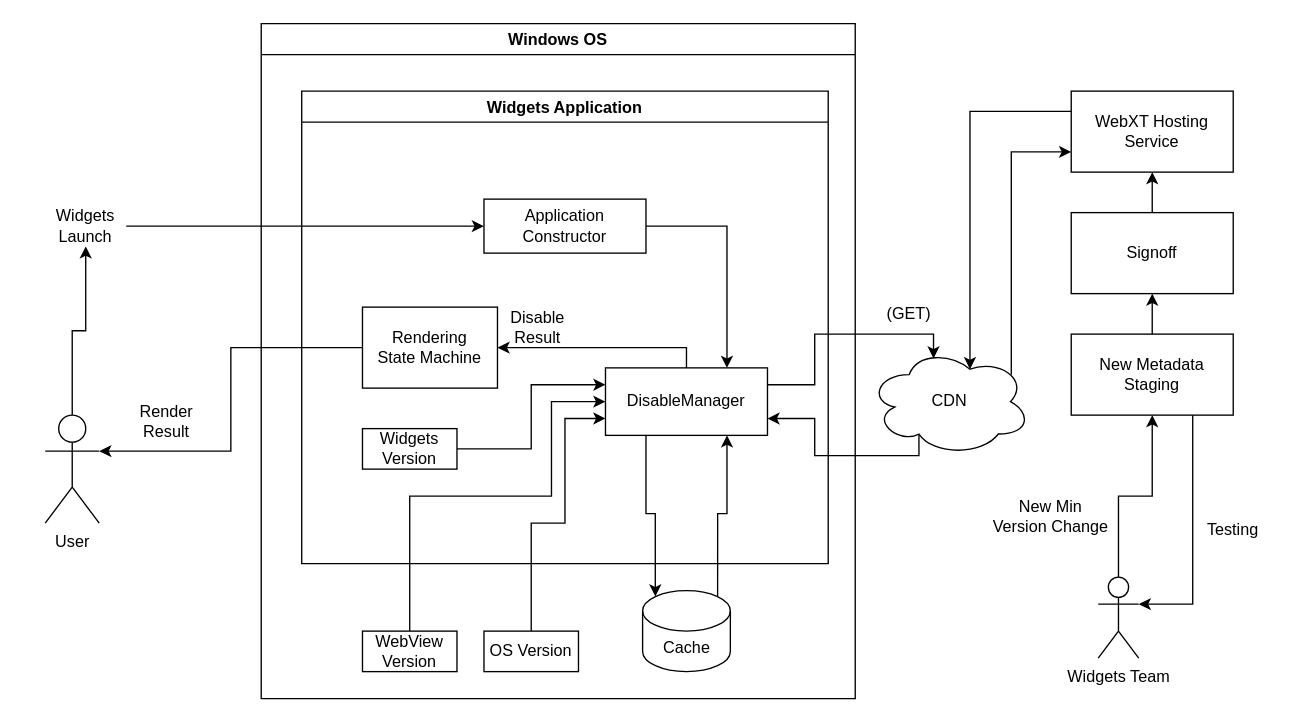
Above: tempdisable.drawio in bcso/designs (draw.io), before the change. Source tidied: cells renumbered, new cells numbered last; positions are measured from the earlier drawing's top-left corner, leaving out a move shared by most shapes. Both pictures are drawn from the tidied source at 135%, with x=0, y=0 at pixel (45, 23).
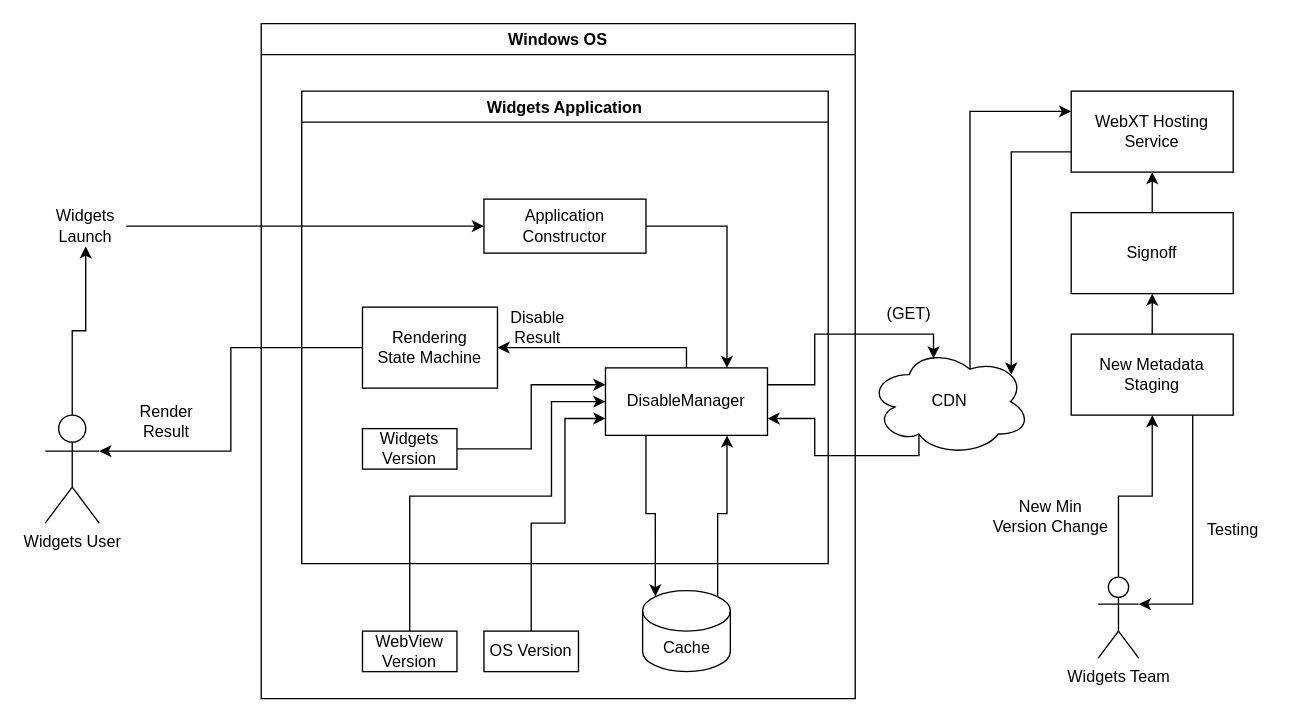
Above is the later version.

The change refers to these unchanged cells:
```xml
<mxCell id="6" value="CDN" style="ellipse;shape=cloud;whiteSpace=wrap;html=1;" parent="1" vertex="1">
  <mxGeometry x="610" y="240" width="120" height="80" as="geometry" />
</mxCell>
<mxCell id="16" value="WebXT Hosting Service" style="rounded=0;whiteSpace=wrap;html=1;" parent="1" vertex="1">
  <mxGeometry x="760" y="50" width="120" height="60" as="geometry" />
</mxCell>
```

Diff of the diagram source:
```diff
@@
-    <mxCell id="3" value="User" style="shape=umlActor;verticalLabelPosition=bottom;verticalAlign=top;html=1;outlineConnect=0;" parent="1" vertex="1">
+    <mxCell id="3" value="Widgets User" style="shape=umlActor;verticalLabelPosition=bottom;verticalAlign=top;html=1;outlineConnect=0;comic=0;noLabel=0;" parent="1" vertex="1">
       <mxGeometry y="290" width="40" height="80" as="geometry" />
     </mxCell>
@@
-    <mxCell id="5" style="edgeStyle=orthogonalEdgeStyle;rounded=0;jettySize=auto;html=1;exitX=0.88;exitY=0.25;exitDx=0;exitDy=0;exitPerimeter=0;entryX=0;entryY=0.75;entryDx=0;entryDy=0;" parent="1" edge="1" source="6" target="16">
+    <mxCell id="5" style="edgeStyle=orthogonalEdgeStyle;rounded=0;jettySize=auto;html=1;exitX=0.625;exitY=0.2;exitDx=0;exitDy=0;exitPerimeter=0;entryX=0;entryY=0.25;entryDx=0;entryDy=0;" parent="1" edge="1" source="6" target="16">
       <mxGeometry relative="1" as="geometry">
         <Array as="points">
-          <mxPoint x="716" y="95" />
+          <mxPoint x="685" y="65" />
         </Array>
       </mxGeometry>
     </mxCell>
@@
-    <mxCell id="15" style="edgeStyle=orthogonalEdgeStyle;rounded=0;jettySize=auto;html=1;exitX=0;exitY=0.25;exitDx=0;exitDy=0;entryX=0.625;entryY=0.2;entryDx=0;entryDy=0;entryPerimeter=0;" parent="1" edge="1" source="16" target="6">
+    <mxCell id="15" style="edgeStyle=orthogonalEdgeStyle;rounded=0;jettySize=auto;html=1;exitX=0;exitY=0.75;exitDx=0;exitDy=0;entryX=0.88;entryY=0.25;entryDx=0;entryDy=0;entryPerimeter=0;" parent="1" edge="1" source="16" target="6">
       <mxGeometry relative="1" as="geometry" />
     </mxCell>
```
